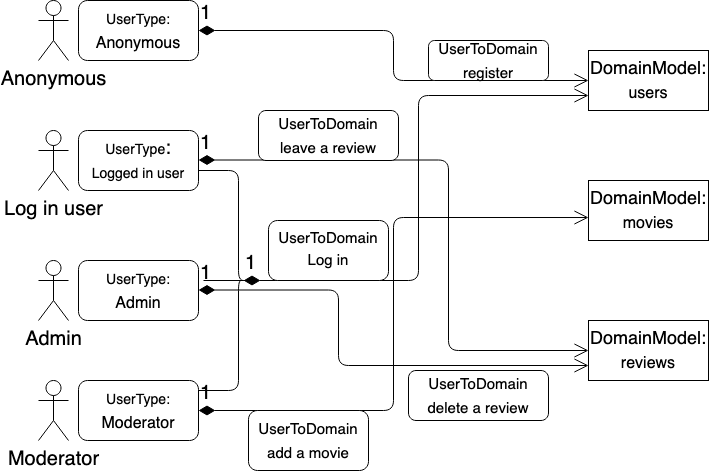
Above: src/Design-UML.png in Hankai-Jing/movie-review-web-app (draw.io), before the change. Source tidied: cells renumbered, new cells last; positions are measured from the earlier drawing's top-left corner, leaving out a move shared by most shapes.
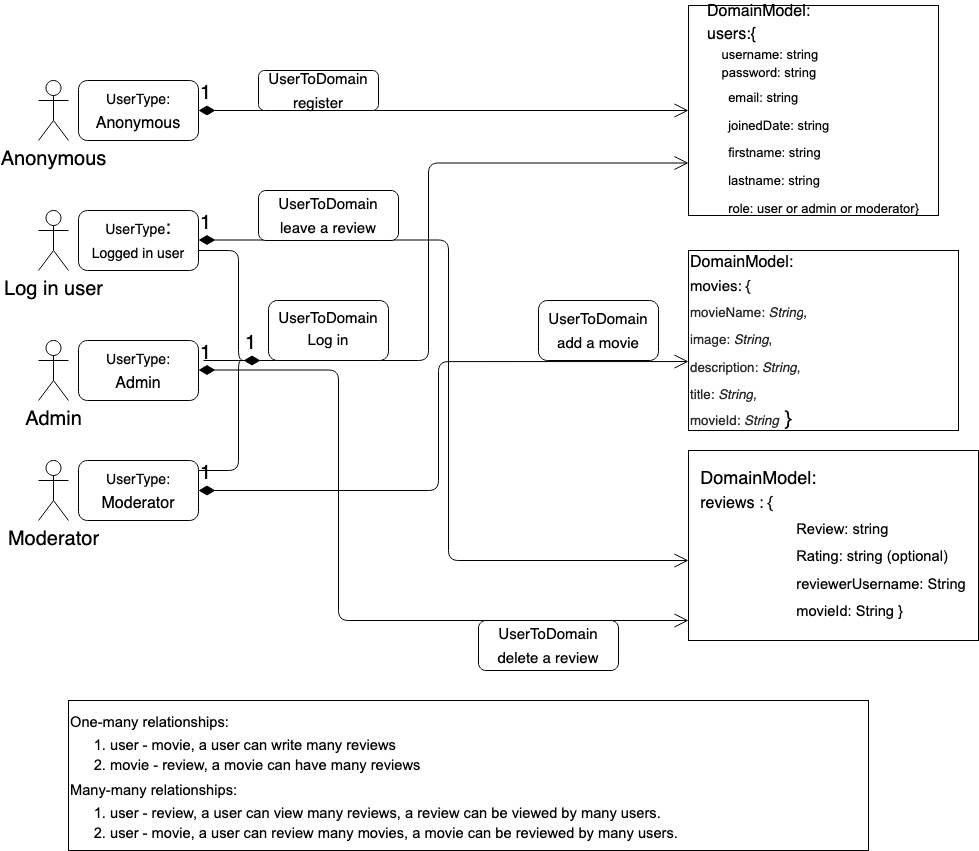
After the commit.

What changed in the source:
```diff
@@ -16,10 +16,10 @@
     </mxCell>
-    <mxCell id="6" value="&lt;div&gt;&lt;font style=&quot;font-size: 18px&quot;&gt;DomainModel:&lt;/font&gt;&lt;/div&gt;&lt;div&gt;&lt;font size=&quot;3&quot;&gt;users&lt;/font&gt;&lt;br&gt;&lt;/div&gt;" style="rounded=0;whiteSpace=wrap;html=1;fontSize=20;" parent="1" vertex="1">
-      <mxGeometry x="550" y="50" width="120" height="60" as="geometry" />
+    <mxCell id="6" value="&lt;div style=&quot;font-size: 19px&quot; align=&quot;left&quot;&gt;&lt;font style=&quot;font-size: 16px&quot;&gt;DomainModel:&lt;/font&gt;&lt;/div&gt;&lt;div style=&quot;font-size: 19px&quot; align=&quot;left&quot;&gt;&lt;font style=&quot;font-size: 16px&quot;&gt;users:&lt;span style=&quot;font-family: &amp;#34;arial&amp;#34; ; color: rgb(0 , 0 , 0) ; background-color: transparent ; font-weight: 400 ; font-style: normal ; font-variant: normal ; text-decoration: none ; vertical-align: baseline&quot;&gt;{&lt;/span&gt;&lt;/font&gt;&lt;/div&gt;&lt;div style=&quot;font-size: 19px&quot; align=&quot;left&quot;&gt;&lt;p dir=&quot;ltr&quot; style=&quot;line-height: 1.38 ; margin-top: 0pt ; margin-bottom: 0pt ; font-size: 13px&quot;&gt;&lt;font style=&quot;font-size: 13px&quot;&gt;&lt;span style=&quot;font-family: &amp;#34;arial&amp;#34; ; color: rgb(0 , 0 , 0) ; background-color: transparent ; font-weight: 400 ; font-style: normal ; font-variant: normal ; text-decoration: none ; vertical-align: baseline&quot;&gt;&amp;nbsp;&amp;nbsp;&amp;nbsp; &lt;/span&gt;&lt;span style=&quot;font-family: &amp;#34;arial&amp;#34; ; color: rgb(0 , 0 , 0) ; background-color: transparent ; font-weight: 400 ; font-style: normal ; font-variant: normal ; text-decoration: none ; vertical-align: baseline&quot;&gt;username: string&lt;/span&gt;&lt;/font&gt;&lt;/p&gt;&lt;p dir=&quot;ltr&quot; style=&quot;line-height: 1.38 ; margin-top: 0pt ; margin-bottom: 0pt ; font-size: 13px&quot;&gt;&lt;font style=&quot;font-size: 13px&quot;&gt;&lt;span style=&quot;font-family: &amp;#34;arial&amp;#34; ; color: rgb(0 , 0 , 0) ; background-color: transparent ; font-weight: 400 ; font-style: normal ; font-variant: normal ; text-decoration: none ; vertical-align: baseline&quot;&gt;&amp;nbsp;&amp;nbsp;&amp;nbsp; &lt;/span&gt;&lt;span style=&quot;font-family: &amp;#34;arial&amp;#34; ; color: rgb(0 , 0 , 0) ; background-color: transparent ; font-weight: 400 ; font-style: normal ; font-variant: normal ; text-decoration: none ; vertical-align: baseline&quot;&gt;password: string&lt;/span&gt;&lt;/font&gt;&lt;/p&gt;&lt;p dir=&quot;ltr&quot; style=&quot;line-height: 1.38 ; margin-top: 0pt ; margin-bottom: 0pt&quot;&gt;&lt;font style=&quot;font-size: 19px&quot;&gt;&lt;span style=&quot;font-family: &amp;#34;arial&amp;#34; ; color: rgb(0 , 0 , 0) ; background-color: transparent ; font-weight: 400 ; font-style: normal ; font-variant: normal ; text-decoration: none ; vertical-align: baseline&quot;&gt;&amp;nbsp;&amp;nbsp;&amp;nbsp; &lt;/span&gt;&lt;span style=&quot;font-family: &amp;#34;arial&amp;#34; ; color: rgb(0 , 0 , 0) ; background-color: transparent ; font-weight: 400 ; font-style: normal ; font-variant: normal ; text-decoration: none ; vertical-align: baseline ; font-size: 13px&quot;&gt;email: string&lt;/span&gt;&lt;/font&gt;&lt;/p&gt;&lt;p dir=&quot;ltr&quot; style=&quot;line-height: 1.38 ; margin-top: 0pt ; margin-bottom: 0pt&quot;&gt;&lt;font style=&quot;font-size: 19px&quot;&gt;&lt;span style=&quot;font-family: &amp;#34;arial&amp;#34; ; color: rgb(0 , 0 , 0) ; background-color: transparent ; font-weight: 400 ; font-style: normal ; font-variant: normal ; text-decoration: none ; vertical-align: baseline&quot;&gt;&amp;nbsp;&amp;nbsp;&amp;nbsp; &lt;/span&gt;&lt;span style=&quot;font-family: &amp;#34;arial&amp;#34; ; color: rgb(0 , 0 , 0) ; background-color: transparent ; font-weight: 400 ; font-style: normal ; font-variant: normal ; text-decoration: none ; vertical-align: baseline ; font-size: 13px&quot;&gt;joinedDate: string&lt;/span&gt;&lt;/font&gt;&lt;/p&gt;&lt;p dir=&quot;ltr&quot; style=&quot;line-height: 1.38 ; margin-top: 0pt ; margin-bottom: 0pt&quot;&gt;&lt;font style=&quot;font-size: 19px&quot;&gt;&lt;span style=&quot;font-family: &amp;#34;arial&amp;#34; ; color: rgb(0 , 0 , 0) ; background-color: transparent ; font-weight: 400 ; font-style: normal ; font-variant: normal ; text-decoration: none ; vertical-align: baseline&quot;&gt;&amp;nbsp;&amp;nbsp;&amp;nbsp; &lt;/span&gt;&lt;span style=&quot;font-family: &amp;#34;arial&amp;#34; ; color: rgb(0 , 0 , 0) ; background-color: transparent ; font-weight: 400 ; font-style: normal ; font-variant: normal ; text-decoration: none ; vertical-align: baseline ; font-size: 13px&quot;&gt;firstname: string&lt;/span&gt;&lt;/font&gt;&lt;/p&gt;&lt;p dir=&quot;ltr&quot; style=&quot;line-height: 1.38 ; margin-top: 0pt ; margin-bottom: 0pt&quot;&gt;&lt;font style=&quot;font-size: 19px&quot;&gt;&lt;span style=&quot;font-family: &amp;#34;arial&amp;#34; ; color: rgb(0 , 0 , 0) ; background-color: transparent ; font-weight: 400 ; font-style: normal ; font-variant: normal ; text-decoration: none ; vertical-align: baseline&quot;&gt;&amp;nbsp;&amp;nbsp;&amp;nbsp; &lt;/span&gt;&lt;span style=&quot;font-family: &amp;#34;arial&amp;#34; ; color: rgb(0 , 0 , 0) ; background-color: transparent ; font-weight: 400 ; font-style: normal ; font-variant: normal ; text-decoration: none ; vertical-align: baseline ; font-size: 13px&quot;&gt;lastname: string&lt;/span&gt;&lt;/font&gt;&lt;/p&gt;&lt;p dir=&quot;ltr&quot; style=&quot;line-height: 1.38 ; margin-top: 0pt ; margin-bottom: 0pt&quot;&gt;&lt;font style=&quot;font-size: 19px&quot;&gt;&lt;span style=&quot;font-family: &amp;#34;arial&amp;#34; ; color: rgb(0 , 0 , 0) ; background-color: transparent ; font-weight: 400 ; font-style: normal ; font-variant: normal ; text-decoration: none ; vertical-align: baseline&quot;&gt;&amp;nbsp;&amp;nbsp;&amp;nbsp; &lt;/span&gt;&lt;span style=&quot;font-family: &amp;#34;arial&amp;#34; ; color: rgb(0 , 0 , 0) ; background-color: transparent ; font-weight: 400 ; font-style: normal ; font-variant: normal ; text-decoration: none ; vertical-align: baseline ; font-size: 13px&quot;&gt;role: user or admin or moderator}&lt;/span&gt;&lt;/font&gt;&lt;/p&gt;&lt;/div&gt;" style="rounded=0;whiteSpace=wrap;html=1;fontSize=20;" parent="1" vertex="1">
+      <mxGeometry x="650" y="-75" width="250" height="210" as="geometry" />
     </mxCell>
-    <mxCell id="7" value="&lt;div&gt;&lt;font style=&quot;font-size: 18px&quot;&gt;DomainModel:&lt;/font&gt;&lt;/div&gt;&lt;div&gt;&lt;font size=&quot;3&quot;&gt;movies&lt;/font&gt;&lt;br&gt;&lt;/div&gt;" style="rounded=0;whiteSpace=wrap;html=1;fontSize=20;" parent="1" vertex="1">
-      <mxGeometry x="550" y="180" width="120" height="60" as="geometry" />
+    <mxCell id="7" value="&lt;div align=&quot;left&quot;&gt;&lt;font style=&quot;font-size: 16px&quot; face=&quot;Helvetica&quot;&gt;DomainModel:&lt;/font&gt;&lt;/div&gt;&lt;div align=&quot;left&quot;&gt;&lt;font style=&quot;font-size: 15px&quot; face=&quot;Helvetica&quot;&gt;movies: {&lt;/font&gt;&lt;/div&gt;&lt;div align=&quot;left&quot;&gt;&lt;p dir=&quot;ltr&quot; style=&quot;line-height: 1.38 ; margin-top: 0pt ; margin-bottom: 0pt&quot; id=&quot;docs-internal-guid-631b36b3-7fff-aa61-36db-2c532da5a0aa&quot;&gt;&lt;font face=&quot;Helvetica&quot;&gt;&lt;span style=&quot;font-size: 10pt ; color: rgb(43 , 43 , 43) ; background-color: rgb(255 , 255 , 255) ; font-style: normal ; font-variant: normal ; text-decoration: none ; vertical-align: baseline&quot;&gt;movieName: &lt;/span&gt;&lt;span style=&quot;font-size: 10pt ; color: rgb(43 , 43 , 43) ; background-color: rgb(255 , 255 , 255) ; font-style: italic ; font-variant: normal ; text-decoration: none ; vertical-align: baseline&quot;&gt;String&lt;/span&gt;&lt;span style=&quot;font-size: 10pt ; color: rgb(43 , 43 , 43) ; background-color: rgb(255 , 255 , 255) ; font-style: normal ; font-variant: normal ; text-decoration: none ; vertical-align: baseline&quot;&gt;,&lt;/span&gt;&lt;/font&gt;&lt;/p&gt;&lt;p dir=&quot;ltr&quot; style=&quot;line-height: 1.38 ; margin-top: 0pt ; margin-bottom: 0pt&quot;&gt;&lt;font face=&quot;Helvetica&quot;&gt;&lt;span style=&quot;font-size: 10pt ; color: rgb(43 , 43 , 43) ; background-color: rgb(255 , 255 , 255) ; font-style: normal ; font-variant: normal ; text-decoration: none ; vertical-align: baseline&quot;&gt;image: &lt;/span&gt;&lt;span style=&quot;font-size: 10pt ; color: rgb(43 , 43 , 43) ; background-color: rgb(255 , 255 , 255) ; font-style: italic ; font-variant: normal ; text-decoration: none ; vertical-align: baseline&quot;&gt;String&lt;/span&gt;&lt;span style=&quot;font-size: 10pt ; color: rgb(43 , 43 , 43) ; background-color: rgb(255 , 255 , 255) ; font-style: normal ; font-variant: normal ; text-decoration: none ; vertical-align: baseline&quot;&gt;,&lt;/span&gt;&lt;/font&gt;&lt;/p&gt;&lt;p dir=&quot;ltr&quot; style=&quot;line-height: 1.38 ; margin-top: 0pt ; margin-bottom: 0pt&quot;&gt;&lt;font face=&quot;Helvetica&quot;&gt;&lt;span style=&quot;font-size: 10pt ; color: rgb(43 , 43 , 43) ; background-color: rgb(255 , 255 , 255) ; font-style: normal ; font-variant: normal ; text-decoration: none ; vertical-align: baseline&quot;&gt;description: &lt;/span&gt;&lt;span style=&quot;font-size: 10pt ; color: rgb(43 , 43 , 43) ; background-color: rgb(255 , 255 , 255) ; font-style: italic ; font-variant: normal ; text-decoration: none ; vertical-align: baseline&quot;&gt;String&lt;/span&gt;&lt;span style=&quot;font-size: 10pt ; color: rgb(43 , 43 , 43) ; background-color: rgb(255 , 255 , 255) ; font-style: normal ; font-variant: normal ; text-decoration: none ; vertical-align: baseline&quot;&gt;,&lt;/span&gt;&lt;/font&gt;&lt;/p&gt;&lt;p dir=&quot;ltr&quot; style=&quot;line-height: 1.38 ; margin-top: 0pt ; margin-bottom: 0pt&quot;&gt;&lt;font face=&quot;Helvetica&quot;&gt;&lt;span style=&quot;font-size: 10pt ; color: rgb(43 , 43 , 43) ; background-color: rgb(255 , 255 , 255) ; font-style: normal ; font-variant: normal ; text-decoration: none ; vertical-align: baseline&quot;&gt;title: &lt;/span&gt;&lt;span style=&quot;font-size: 10pt ; color: rgb(43 , 43 , 43) ; background-color: rgb(255 , 255 , 255) ; font-style: italic ; font-variant: normal ; text-decoration: none ; vertical-align: baseline&quot;&gt;String&lt;/span&gt;&lt;span style=&quot;font-size: 10pt ; color: rgb(43 , 43 , 43) ; background-color: rgb(255 , 255 , 255) ; font-style: normal ; font-variant: normal ; text-decoration: none ; vertical-align: baseline&quot;&gt;,&lt;/span&gt;&lt;/font&gt;&lt;/p&gt;&lt;font face=&quot;Helvetica&quot;&gt;&lt;span style=&quot;font-size: 10pt ; color: rgb(43 , 43 , 43) ; background-color: rgb(255 , 255 , 255) ; font-style: normal ; font-variant: normal ; text-decoration: none ; vertical-align: baseline&quot;&gt;movieId: &lt;/span&gt;&lt;span style=&quot;font-size: 10pt ; color: rgb(43 , 43 , 43) ; background-color: rgb(255 , 255 , 255) ; font-style: italic ; font-variant: normal ; text-decoration: none ; vertical-align: baseline&quot;&gt;String&lt;/span&gt; }&lt;br&gt;&lt;/font&gt;&lt;/div&gt;" style="rounded=0;whiteSpace=wrap;html=1;fontSize=20;align=left;" parent="1" vertex="1">
+      <mxGeometry x="650" y="170" width="270" height="180" as="geometry" />
     </mxCell>
-    <mxCell id="8" value="&lt;div&gt;&lt;font style=&quot;font-size: 18px&quot;&gt;DomainModel:&lt;/font&gt;&lt;/div&gt;&lt;div&gt;&lt;font size=&quot;3&quot;&gt;reviews&lt;/font&gt;&lt;br&gt;&lt;/div&gt;" style="rounded=0;whiteSpace=wrap;html=1;fontSize=20;" parent="1" vertex="1">
-      <mxGeometry x="550" y="320" width="120" height="60" as="geometry" />
+    <mxCell id="8" value="&lt;div align=&quot;left&quot;&gt;&lt;font style=&quot;font-size: 18px&quot;&gt;DomainModel:&lt;/font&gt;&lt;/div&gt;&lt;div align=&quot;left&quot;&gt;&lt;font size=&quot;3&quot;&gt;reviews : {&lt;/font&gt;&lt;/div&gt;&lt;div align=&quot;left&quot;&gt;&lt;p dir=&quot;ltr&quot; style=&quot;line-height: 1.38 ; margin-left: 36pt ; text-indent: 36pt ; margin-top: 0pt ; margin-bottom: 0pt&quot; id=&quot;docs-internal-guid-aec5eae9-7fff-39be-c0b8-9b36f3dc6cae&quot;&gt;&lt;span style=&quot;font-size: 11pt ; font-family: &amp;#34;arial&amp;#34; ; color: rgb(0 , 0 , 0) ; background-color: transparent ; font-weight: 400 ; font-style: normal ; font-variant: normal ; text-decoration: none ; vertical-align: baseline&quot;&gt;Review: string&lt;/span&gt;&lt;/p&gt;&lt;p dir=&quot;ltr&quot; style=&quot;line-height: 1.38 ; margin-left: 36pt ; text-indent: 36pt ; margin-top: 0pt ; margin-bottom: 0pt&quot;&gt;&lt;span style=&quot;font-size: 11pt ; font-family: &amp;#34;arial&amp;#34; ; color: rgb(0 , 0 , 0) ; background-color: transparent ; font-weight: 400 ; font-style: normal ; font-variant: normal ; text-decoration: none ; vertical-align: baseline&quot;&gt;Rating: string (optional)&lt;/span&gt;&lt;/p&gt;&lt;p dir=&quot;ltr&quot; style=&quot;line-height: 1.38 ; margin-left: 36pt ; text-indent: 36pt ; margin-top: 0pt ; margin-bottom: 0pt&quot;&gt;&lt;span style=&quot;font-size: 11pt ; font-family: &amp;#34;arial&amp;#34; ; color: rgb(0 , 0 , 0) ; background-color: transparent ; font-weight: 400 ; font-style: normal ; font-variant: normal ; text-decoration: none ; vertical-align: baseline&quot;&gt;reviewerUsername: String&lt;/span&gt;&lt;/p&gt;&lt;p dir=&quot;ltr&quot; style=&quot;line-height: 1.38 ; margin-left: 36pt ; text-indent: 36pt ; margin-top: 0pt ; margin-bottom: 0pt&quot;&gt;&lt;span style=&quot;font-size: 11pt ; font-family: &amp;#34;arial&amp;#34; ; color: rgb(0 , 0 , 0) ; background-color: transparent ; font-weight: 400 ; font-style: normal ; font-variant: normal ; text-decoration: none ; vertical-align: baseline&quot;&gt;movieId: String }&lt;br&gt;&lt;/span&gt;&lt;/p&gt;&lt;/div&gt;" style="rounded=0;whiteSpace=wrap;html=1;fontSize=20;align=center;" parent="1" vertex="1">
+      <mxGeometry x="650" y="370" width="290" height="190" as="geometry" />
     </mxCell>
@@ -40,8 +40,10 @@
     </mxCell>
-    <mxCell id="14" value="1" style="endArrow=open;html=1;endSize=12;startArrow=diamondThin;startSize=14;startFill=1;edgeStyle=orthogonalEdgeStyle;align=left;verticalAlign=bottom;fontSize=20;entryX=0;entryY=0.5;entryDx=0;entryDy=0;" parent="1" edge="1" target="8">
+    <mxCell id="14" value="1" style="endArrow=open;html=1;endSize=12;startArrow=diamondThin;startSize=14;startFill=1;edgeStyle=orthogonalEdgeStyle;align=left;verticalAlign=bottom;fontSize=20;" parent="1" edge="1">
       <mxGeometry x="-1" y="3" relative="1" as="geometry">
         <mxPoint x="160" y="159.5" as="sourcePoint" />
+        <mxPoint x="650" y="480" as="targetPoint" />
         <Array as="points">
           <mxPoint x="410" y="160" />
-          <mxPoint x="410" y="350" />
+          <mxPoint x="410" y="480" />
+          <mxPoint x="650" y="480" />
         </Array>
@@ -49,8 +51,10 @@
     </mxCell>
-    <mxCell id="15" value="1" style="endArrow=open;html=1;endSize=12;startArrow=diamondThin;startSize=14;startFill=1;edgeStyle=orthogonalEdgeStyle;align=left;verticalAlign=bottom;fontSize=20;entryX=0;entryY=0.75;entryDx=0;entryDy=0;" parent="1" edge="1" target="8">
+    <mxCell id="15" value="1" style="endArrow=open;html=1;endSize=12;startArrow=diamondThin;startSize=14;startFill=1;edgeStyle=orthogonalEdgeStyle;align=left;verticalAlign=bottom;fontSize=20;" parent="1" edge="1">
       <mxGeometry x="-1" y="3" relative="1" as="geometry">
         <mxPoint x="160" y="289.5" as="sourcePoint" />
+        <mxPoint x="650" y="540" as="targetPoint" />
         <Array as="points">
           <mxPoint x="300" y="290" />
-          <mxPoint x="300" y="365" />
+          <mxPoint x="300" y="540" />
+          <mxPoint x="650" y="540" />
         </Array>
@@ -59,6 +63,11 @@
     <mxCell id="16" value="1" style="endArrow=open;html=1;endSize=12;startArrow=diamondThin;startSize=14;startFill=1;edgeStyle=orthogonalEdgeStyle;align=left;verticalAlign=bottom;fontSize=20;exitX=1;exitY=0.5;exitDx=0;exitDy=0;entryX=0;entryY=0.617;entryDx=0;entryDy=0;entryPerimeter=0;" parent="1" edge="1" source="5" target="7">
-      <mxGeometry x="-1" y="3" relative="1" as="geometry" />
+      <mxGeometry x="-1" y="3" relative="1" as="geometry">
+        <Array as="points">
+          <mxPoint x="400" y="410" />
+          <mxPoint x="400" y="281" />
+        </Array>
+      </mxGeometry>
     </mxCell>
     <mxCell id="17" value="&lt;div&gt;&lt;font style=&quot;font-size: 15px&quot;&gt;UserToDomain&lt;br&gt;&lt;/font&gt;&lt;/div&gt;&lt;div&gt;&lt;font style=&quot;font-size: 15px&quot;&gt;register&lt;/font&gt;&lt;/div&gt;" style="rounded=1;whiteSpace=wrap;html=1;fontSize=20;" parent="1" vertex="1">
-      <mxGeometry x="390" y="40" width="120" height="40" as="geometry" />
+      <mxGeometry x="220" y="-10" width="120" height="40" as="geometry" />
     </mxCell>
@@ -68,6 +77,6 @@
     <mxCell id="19" value="&lt;div&gt;&lt;font style=&quot;font-size: 15px&quot;&gt;UserToDomain&lt;br&gt;&lt;/font&gt;&lt;/div&gt;&lt;div&gt;&lt;font style=&quot;font-size: 15px&quot;&gt;delete a review&lt;/font&gt;&lt;/div&gt;" style="rounded=1;whiteSpace=wrap;html=1;fontSize=20;" parent="1" vertex="1">
-      <mxGeometry x="370" y="370" width="140" height="50" as="geometry" />
+      <mxGeometry x="440" y="540" width="140" height="50" as="geometry" />
     </mxCell>
     <mxCell id="20" value="&lt;div&gt;&lt;font style=&quot;font-size: 15px&quot;&gt;UserToDomain&lt;br&gt;&lt;/font&gt;&lt;/div&gt;&lt;div&gt;&lt;font style=&quot;font-size: 15px&quot;&gt;add a movie&lt;/font&gt;&lt;/div&gt;" style="rounded=1;whiteSpace=wrap;html=1;fontSize=20;" parent="1" vertex="1">
-      <mxGeometry x="210" y="410" width="120" height="60" as="geometry" />
+      <mxGeometry x="500" y="220" width="120" height="60" as="geometry" />
     </mxCell>
@@ -77,3 +86,8 @@
     <mxCell id="22" value="1" style="endArrow=open;html=1;endSize=12;startArrow=diamondThin;startSize=14;startFill=1;edgeStyle=orthogonalEdgeStyle;align=left;verticalAlign=bottom;fontSize=20;exitX=0.1;exitY=0.5;exitDx=0;exitDy=0;exitPerimeter=0;entryX=0;entryY=0.75;entryDx=0;entryDy=0;" parent="1" edge="1" source="21" target="6">
-      <mxGeometry x="-1" y="3" relative="1" as="geometry" />
+      <mxGeometry x="-1" y="3" relative="1" as="geometry">
+        <Array as="points">
+          <mxPoint x="390" y="280" />
+          <mxPoint x="390" y="83" />
+        </Array>
+      </mxGeometry>
     </mxCell>
@@ -85,2 +99,5 @@
     </mxCell>
+    <mxCell id="25" value="&lt;p dir=&quot;ltr&quot; style=&quot;line-height: 1.38 ; margin-top: 0pt ; margin-bottom: 0pt&quot; id=&quot;docs-internal-guid-6e411ec3-7fff-df61-4d05-c06520f55966&quot; align=&quot;left&quot;&gt;&lt;span style=&quot;font-size: 11pt ; font-family: &amp;#34;arial&amp;#34; ; color: rgb(0 , 0 , 0) ; background-color: transparent ; font-weight: 400 ; font-style: normal ; font-variant: normal ; text-decoration: none ; vertical-align: baseline&quot;&gt;One-many relationships:&lt;/span&gt;&lt;/p&gt;&lt;div align=&quot;left&quot;&gt;&lt;ol style=&quot;margin-top: 0 ; margin-bottom: 0&quot;&gt;&lt;li dir=&quot;ltr&quot; style=&quot;list-style-type: decimal ; font-size: 11pt ; font-family: &amp;#34;arial&amp;#34; ; color: rgb(0 , 0 , 0) ; background-color: transparent ; font-weight: 400 ; font-style: normal ; font-variant: normal ; text-decoration: none ; vertical-align: baseline&quot;&gt;&lt;p dir=&quot;ltr&quot; style=&quot;line-height: 1.38 ; margin-top: 0pt ; margin-bottom: 0pt&quot;&gt;&lt;span style=&quot;font-size: 11pt ; font-family: &amp;#34;arial&amp;#34; ; color: rgb(0 , 0 , 0) ; background-color: transparent ; font-weight: 400 ; font-style: normal ; font-variant: normal ; text-decoration: none ; vertical-align: baseline&quot;&gt;user - movie, a user can write many reviews&lt;/span&gt;&lt;/p&gt;&lt;/li&gt;&lt;li dir=&quot;ltr&quot; style=&quot;list-style-type: decimal ; font-size: 11pt ; font-family: &amp;#34;arial&amp;#34; ; color: rgb(0 , 0 , 0) ; background-color: transparent ; font-weight: 400 ; font-style: normal ; font-variant: normal ; text-decoration: none ; vertical-align: baseline&quot;&gt;&lt;p dir=&quot;ltr&quot; style=&quot;line-height: 1.38 ; margin-top: 0pt ; margin-bottom: 0pt&quot;&gt;&lt;span style=&quot;font-size: 11pt ; font-family: &amp;#34;arial&amp;#34; ; color: rgb(0 , 0 , 0) ; background-color: transparent ; font-weight: 400 ; font-style: normal ; font-variant: normal ; text-decoration: none ; vertical-align: baseline&quot;&gt;movie - review, a movie can have many reviews&lt;/span&gt;&lt;/p&gt;&lt;/li&gt;&lt;/ol&gt;&lt;/div&gt;&lt;p dir=&quot;ltr&quot; style=&quot;line-height: 1.38 ; margin-top: 0pt ; margin-bottom: 0pt&quot; align=&quot;left&quot;&gt;&lt;span style=&quot;font-size: 11pt ; font-family: &amp;#34;arial&amp;#34; ; color: rgb(0 , 0 , 0) ; background-color: transparent ; font-weight: 400 ; font-style: normal ; font-variant: normal ; text-decoration: none ; vertical-align: baseline&quot;&gt;Many-many relationships:&lt;/span&gt;&lt;/p&gt;&lt;div align=&quot;left&quot;&gt;&lt;ol style=&quot;margin-top: 0 ; margin-bottom: 0&quot;&gt;&lt;li dir=&quot;ltr&quot; style=&quot;list-style-type: decimal ; font-size: 11pt ; font-family: &amp;#34;arial&amp;#34; ; color: rgb(0 , 0 , 0) ; background-color: transparent ; font-weight: 400 ; font-style: normal ; font-variant: normal ; text-decoration: none ; vertical-align: baseline&quot;&gt;&lt;p dir=&quot;ltr&quot; style=&quot;line-height: 1.38 ; margin-top: 0pt ; margin-bottom: 0pt&quot;&gt;&lt;span style=&quot;font-size: 11pt ; font-family: &amp;#34;arial&amp;#34; ; color: rgb(0 , 0 , 0) ; background-color: transparent ; font-weight: 400 ; font-style: normal ; font-variant: normal ; text-decoration: none ; vertical-align: baseline&quot;&gt;user - review, a user can view many reviews, a review can be viewed by many users.&lt;/span&gt;&lt;/p&gt;&lt;/li&gt;&lt;li dir=&quot;ltr&quot; style=&quot;list-style-type: decimal ; font-size: 11pt ; font-family: &amp;#34;arial&amp;#34; ; color: rgb(0 , 0 , 0) ; background-color: transparent ; font-weight: 400 ; font-style: normal ; font-variant: normal ; text-decoration: none ; vertical-align: baseline&quot;&gt;&lt;p dir=&quot;ltr&quot; style=&quot;line-height: 1.38 ; margin-top: 0pt ; margin-bottom: 0pt&quot;&gt;&lt;span style=&quot;font-size: 11pt ; font-family: &amp;#34;arial&amp;#34; ; color: rgb(0 , 0 , 0) ; background-color: transparent ; font-weight: 400 ; font-style: normal ; font-variant: normal ; text-decoration: none ; vertical-align: baseline&quot;&gt;user - movie, a user can review many movies, a movie can be reviewed by many users.&lt;/span&gt;&lt;/p&gt;&lt;/li&gt;&lt;/ol&gt;&lt;/div&gt;" style="rounded=0;whiteSpace=wrap;html=1;fontSize=20;align=left;" parent="1" vertex="1">
+      <mxGeometry x="30" y="620" width="800" height="150" as="geometry" />
+    </mxCell>
   </root>
```
